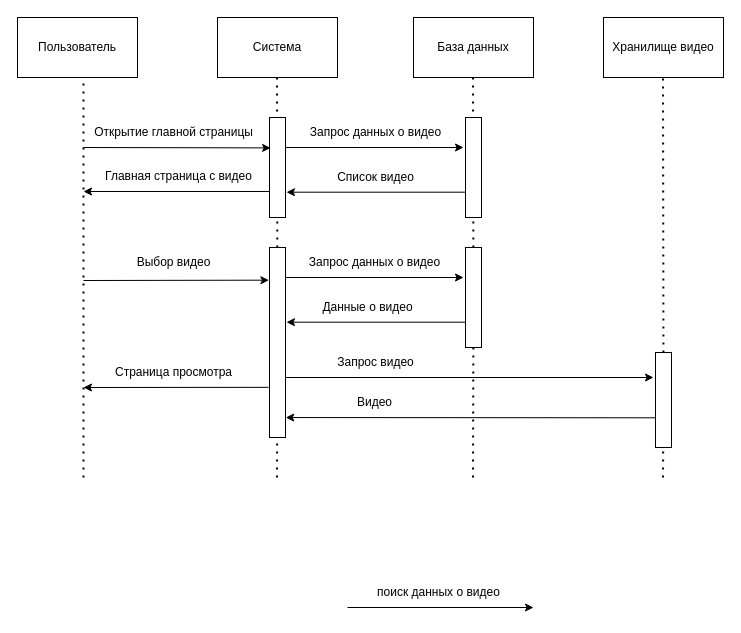
Before: page "диаграмма последовательности" (9 of 11) of documentation/cursach 2nd diagrams EIMP YT202.drawio in Axemer/VideoHostingDev, a draw.io diagram. Source tidied: cells renumbered, new cells numbered last; positions are measured from the earlier drawing's top-left corner, leaving out a move shared by most shapes. Both pictures are drawn from the tidied source at 100%, with x=0, y=0 at pixel (17, 17).
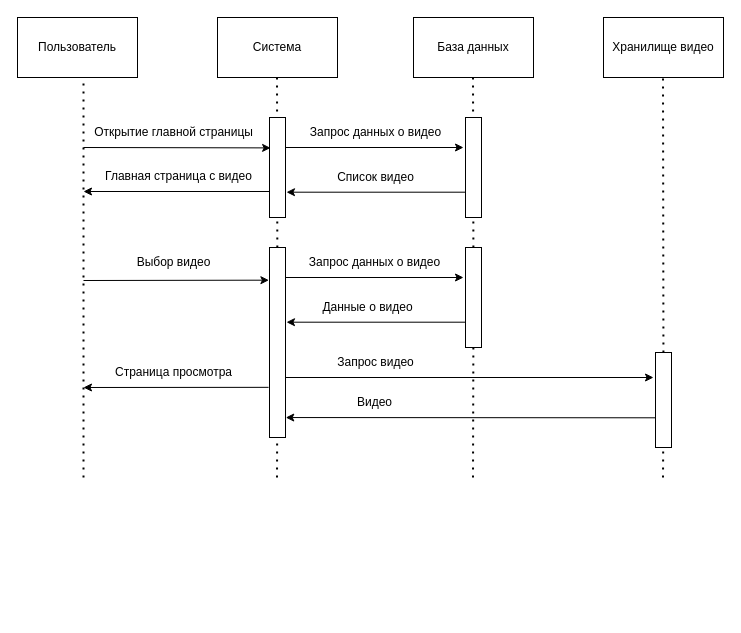
The same page after the edit.

Change to the diagram source:
```diff
@@
-    <mxCell id="17" value="поиск данных о видео" style="text;html=1;align=center;verticalAlign=middle;strokeColor=none;fillColor=none;" parent="1" vertex="1">
-      <mxGeometry x="346" y="560" width="150" height="30" as="geometry" />
-    </mxCell>
-    <mxCell id="18" style="endArrow=classic;html=1;rounded=0;entryX=0;entryY=0.25;entryDx=0;entryDy=0;" parent="1" edge="1">
-      <mxGeometry relative="1" as="geometry">
-        <mxPoint x="330" y="590" as="sourcePoint" />
-        <mxPoint x="516" y="590" as="targetPoint" />
-      </mxGeometry>
-    </mxCell>
```
